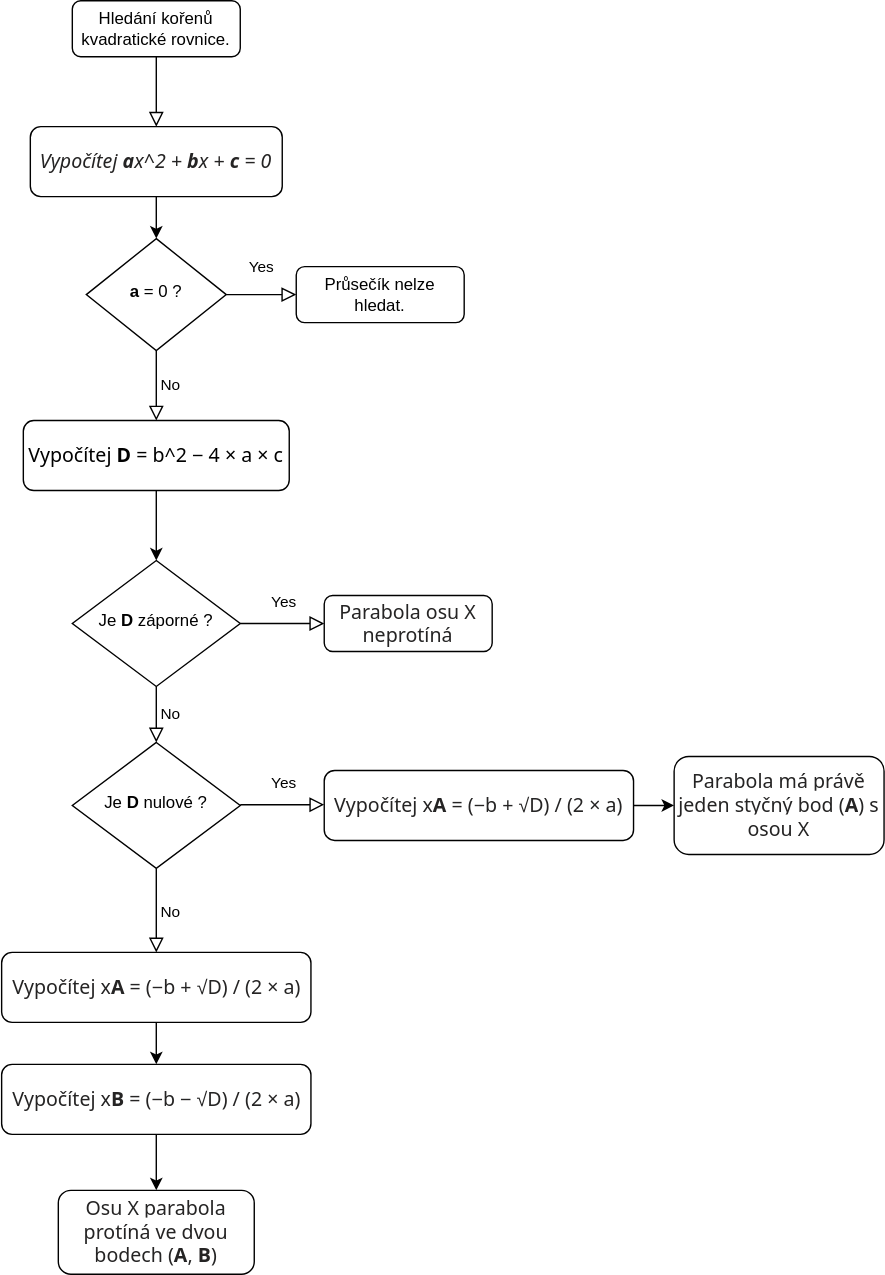
Earlier version of the draw.io export temp/PetrHonzejk.flowchart3.test.svg (PetrHonzejk/diagrams.net). Source tidied: cells renumbered, new cells last; positions are measured from the earlier drawing's top-left corner, leaving out a move shared by most shapes.
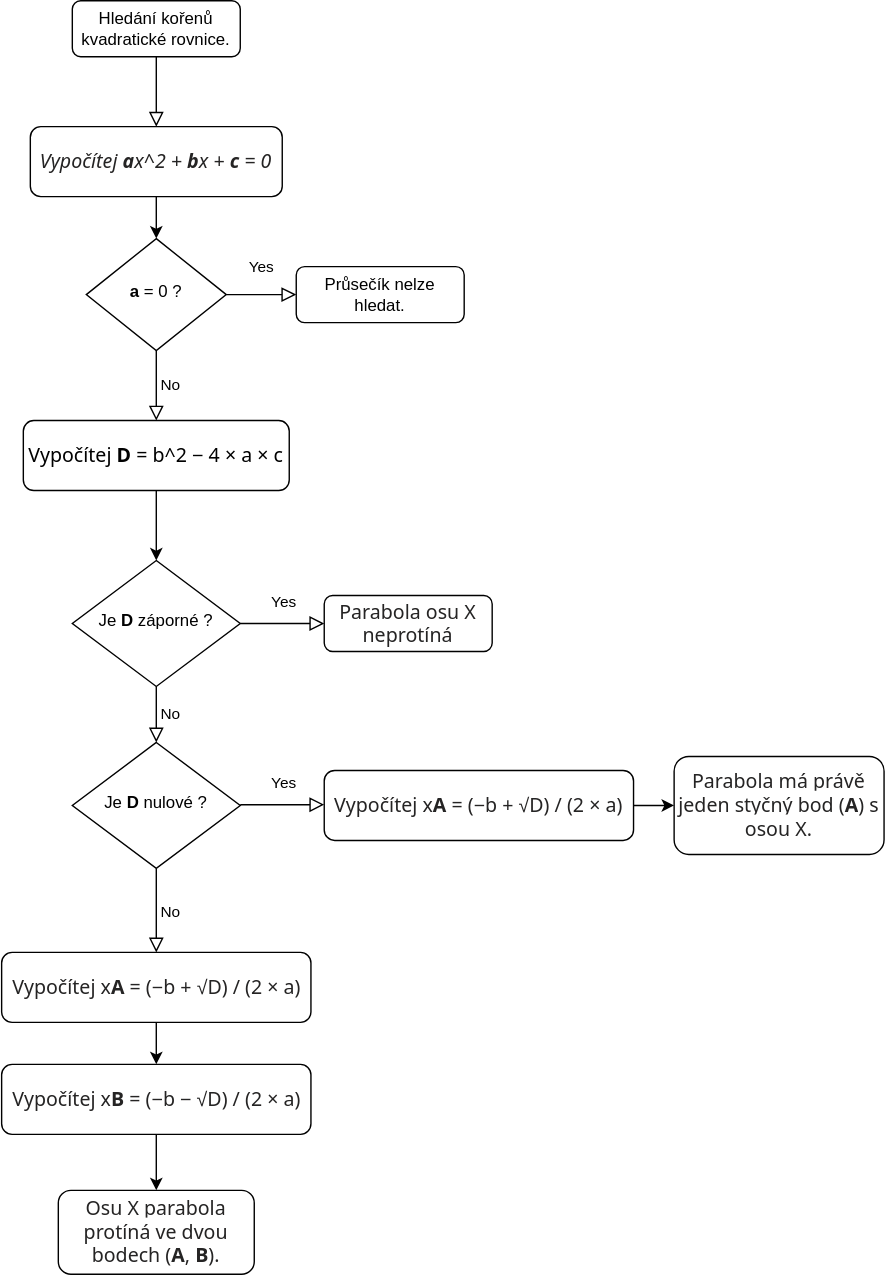
Above is the later version.

Diff of the diagram source:
```diff
@@ -63,7 +63,7 @@
         </Array>
       </mxGeometry>
     </mxCell>
-    <mxCell id="17" value="&lt;span style=&quot;color: rgb(37 , 36 , 36) ; font-family: &amp;#34;segoe ui web&amp;#34; , &amp;#34;segoe ui&amp;#34; , &amp;#34;segoe wp&amp;#34; , &amp;#34;segoe ui emoji&amp;#34; , &amp;#34;tahoma&amp;#34; , &amp;#34;arial&amp;#34; , sans-serif ; font-size: 14px ; text-align: left ; background-color: rgb(255 , 255 , 255)&quot;&gt;Parabola má právě jeden styčný bod (&lt;/span&gt;&lt;span style=&quot;box-sizing: border-box ; font-weight: bolder ; color: rgb(37 , 36 , 36) ; font-family: &amp;#34;segoe ui web&amp;#34; , &amp;#34;segoe ui&amp;#34; , &amp;#34;segoe wp&amp;#34; , &amp;#34;segoe ui emoji&amp;#34; , &amp;#34;tahoma&amp;#34; , &amp;#34;arial&amp;#34; , sans-serif ; font-size: 14px ; text-align: left ; background-color: rgb(255 , 255 , 255)&quot;&gt;A&lt;/span&gt;&lt;span style=&quot;color: rgb(37 , 36 , 36) ; font-family: &amp;#34;segoe ui web&amp;#34; , &amp;#34;segoe ui&amp;#34; , &amp;#34;segoe wp&amp;#34; , &amp;#34;segoe ui emoji&amp;#34; , &amp;#34;tahoma&amp;#34; , &amp;#34;arial&amp;#34; , sans-serif ; font-size: 14px ; text-align: left ; background-color: rgb(255 , 255 , 255)&quot;&gt;) s osou X&lt;/span&gt;" style="rounded=1;whiteSpace=wrap;html=1;fontSize=12;glass=0;strokeWidth=1;shadow=0;" parent="1" vertex="1">
+    <mxCell id="17" value="&lt;span style=&quot;color: rgb(37 , 36 , 36) ; font-family: &amp;#34;segoe ui web&amp;#34; , &amp;#34;segoe ui&amp;#34; , &amp;#34;segoe wp&amp;#34; , &amp;#34;segoe ui emoji&amp;#34; , &amp;#34;tahoma&amp;#34; , &amp;#34;arial&amp;#34; , sans-serif ; font-size: 14px ; text-align: left ; background-color: rgb(255 , 255 , 255)&quot;&gt;Parabola má právě jeden styčný bod (&lt;/span&gt;&lt;span style=&quot;box-sizing: border-box ; font-weight: bolder ; color: rgb(37 , 36 , 36) ; font-family: &amp;#34;segoe ui web&amp;#34; , &amp;#34;segoe ui&amp;#34; , &amp;#34;segoe wp&amp;#34; , &amp;#34;segoe ui emoji&amp;#34; , &amp;#34;tahoma&amp;#34; , &amp;#34;arial&amp;#34; , sans-serif ; font-size: 14px ; text-align: left ; background-color: rgb(255 , 255 , 255)&quot;&gt;A&lt;/span&gt;&lt;span style=&quot;color: rgb(37 , 36 , 36) ; font-family: &amp;#34;segoe ui web&amp;#34; , &amp;#34;segoe ui&amp;#34; , &amp;#34;segoe wp&amp;#34; , &amp;#34;segoe ui emoji&amp;#34; , &amp;#34;tahoma&amp;#34; , &amp;#34;arial&amp;#34; , sans-serif ; font-size: 14px ; text-align: left ; background-color: rgb(255 , 255 , 255)&quot;&gt;) s osou X.&lt;/span&gt;" style="rounded=1;whiteSpace=wrap;html=1;fontSize=12;glass=0;strokeWidth=1;shadow=0;" parent="1" vertex="1">
       <mxGeometry x="480" y="540" width="150" height="70" as="geometry" />
     </mxCell>
     <mxCell id="18" style="edgeStyle=orthogonalEdgeStyle;rounded=0;jettySize=auto;html=1;exitX=1;exitY=0.5;exitDx=0;exitDy=0;entryX=0;entryY=0.5;entryDx=0;entryDy=0;" parent="1" edge="1" source="19" target="17">
@@ -90,7 +90,7 @@
     <mxCell id="25" value="&lt;i style=&quot;box-sizing: border-box ; color: rgb(37 , 36 , 36) ; font-family: &amp;#34;segoe ui web&amp;#34; , &amp;#34;segoe ui&amp;#34; , &amp;#34;segoe wp&amp;#34; , &amp;#34;segoe ui emoji&amp;#34; , &amp;#34;tahoma&amp;#34; , &amp;#34;arial&amp;#34; , sans-serif ; font-size: 14px ; background-color: rgb(255 , 255 , 255)&quot;&gt;&lt;span style=&quot;box-sizing: border-box&quot;&gt;Vypočítej&amp;nbsp;&lt;/span&gt;&lt;span style=&quot;box-sizing: border-box ; font-weight: bolder&quot;&gt;a&lt;/span&gt;x^2 +&amp;nbsp;&lt;span style=&quot;box-sizing: border-box ; font-weight: bolder&quot;&gt;b&lt;/span&gt;x +&amp;nbsp;&lt;span style=&quot;box-sizing: border-box ; font-weight: bolder&quot;&gt;c&lt;/span&gt;&amp;nbsp;= 0&lt;/i&gt;" style="rounded=1;whiteSpace=wrap;html=1;fontSize=12;glass=0;strokeWidth=1;shadow=0;" parent="1" vertex="1">
       <mxGeometry x="20" y="90" width="180" height="50" as="geometry" />
     </mxCell>
-    <mxCell id="26" value="&lt;span style=&quot;color: rgb(37 , 36 , 36) ; font-family: &amp;#34;segoe ui web&amp;#34; , &amp;#34;segoe ui&amp;#34; , &amp;#34;segoe wp&amp;#34; , &amp;#34;segoe ui emoji&amp;#34; , &amp;#34;tahoma&amp;#34; , &amp;#34;arial&amp;#34; , sans-serif ; font-size: 14px ; text-align: left ; background-color: rgb(255 , 255 , 255)&quot;&gt;Osu X parabola protíná ve dvou bodech (&lt;/span&gt;&lt;span style=&quot;box-sizing: border-box ; font-weight: bolder ; color: rgb(37 , 36 , 36) ; font-family: &amp;#34;segoe ui web&amp;#34; , &amp;#34;segoe ui&amp;#34; , &amp;#34;segoe wp&amp;#34; , &amp;#34;segoe ui emoji&amp;#34; , &amp;#34;tahoma&amp;#34; , &amp;#34;arial&amp;#34; , sans-serif ; font-size: 14px ; text-align: left ; background-color: rgb(255 , 255 , 255)&quot;&gt;A&lt;/span&gt;&lt;span style=&quot;color: rgb(37 , 36 , 36) ; font-family: &amp;#34;segoe ui web&amp;#34; , &amp;#34;segoe ui&amp;#34; , &amp;#34;segoe wp&amp;#34; , &amp;#34;segoe ui emoji&amp;#34; , &amp;#34;tahoma&amp;#34; , &amp;#34;arial&amp;#34; , sans-serif ; font-size: 14px ; text-align: left ; background-color: rgb(255 , 255 , 255)&quot;&gt;,&amp;nbsp;&lt;/span&gt;&lt;span style=&quot;box-sizing: border-box ; font-weight: bolder ; color: rgb(37 , 36 , 36) ; font-family: &amp;#34;segoe ui web&amp;#34; , &amp;#34;segoe ui&amp;#34; , &amp;#34;segoe wp&amp;#34; , &amp;#34;segoe ui emoji&amp;#34; , &amp;#34;tahoma&amp;#34; , &amp;#34;arial&amp;#34; , sans-serif ; font-size: 14px ; text-align: left ; background-color: rgb(255 , 255 , 255)&quot;&gt;B&lt;/span&gt;&lt;span style=&quot;color: rgb(37 , 36 , 36) ; font-family: &amp;#34;segoe ui web&amp;#34; , &amp;#34;segoe ui&amp;#34; , &amp;#34;segoe wp&amp;#34; , &amp;#34;segoe ui emoji&amp;#34; , &amp;#34;tahoma&amp;#34; , &amp;#34;arial&amp;#34; , sans-serif ; font-size: 14px ; text-align: left ; background-color: rgb(255 , 255 , 255)&quot;&gt;)&lt;/span&gt;" style="rounded=1;whiteSpace=wrap;html=1;fontSize=12;glass=0;strokeWidth=1;shadow=0;" parent="1" vertex="1">
+    <mxCell id="26" value="&lt;span style=&quot;color: rgb(37 , 36 , 36) ; font-family: &amp;#34;segoe ui web&amp;#34; , &amp;#34;segoe ui&amp;#34; , &amp;#34;segoe wp&amp;#34; , &amp;#34;segoe ui emoji&amp;#34; , &amp;#34;tahoma&amp;#34; , &amp;#34;arial&amp;#34; , sans-serif ; font-size: 14px ; text-align: left ; background-color: rgb(255 , 255 , 255)&quot;&gt;Osu X parabola protíná ve dvou bodech (&lt;/span&gt;&lt;span style=&quot;box-sizing: border-box ; font-weight: bolder ; color: rgb(37 , 36 , 36) ; font-family: &amp;#34;segoe ui web&amp;#34; , &amp;#34;segoe ui&amp;#34; , &amp;#34;segoe wp&amp;#34; , &amp;#34;segoe ui emoji&amp;#34; , &amp;#34;tahoma&amp;#34; , &amp;#34;arial&amp;#34; , sans-serif ; font-size: 14px ; text-align: left ; background-color: rgb(255 , 255 , 255)&quot;&gt;A&lt;/span&gt;&lt;span style=&quot;color: rgb(37 , 36 , 36) ; font-family: &amp;#34;segoe ui web&amp;#34; , &amp;#34;segoe ui&amp;#34; , &amp;#34;segoe wp&amp;#34; , &amp;#34;segoe ui emoji&amp;#34; , &amp;#34;tahoma&amp;#34; , &amp;#34;arial&amp;#34; , sans-serif ; font-size: 14px ; text-align: left ; background-color: rgb(255 , 255 , 255)&quot;&gt;,&amp;nbsp;&lt;/span&gt;&lt;span style=&quot;box-sizing: border-box ; font-weight: bolder ; color: rgb(37 , 36 , 36) ; font-family: &amp;#34;segoe ui web&amp;#34; , &amp;#34;segoe ui&amp;#34; , &amp;#34;segoe wp&amp;#34; , &amp;#34;segoe ui emoji&amp;#34; , &amp;#34;tahoma&amp;#34; , &amp;#34;arial&amp;#34; , sans-serif ; font-size: 14px ; text-align: left ; background-color: rgb(255 , 255 , 255)&quot;&gt;B&lt;/span&gt;&lt;span style=&quot;color: rgb(37 , 36 , 36) ; font-family: &amp;#34;segoe ui web&amp;#34; , &amp;#34;segoe ui&amp;#34; , &amp;#34;segoe wp&amp;#34; , &amp;#34;segoe ui emoji&amp;#34; , &amp;#34;tahoma&amp;#34; , &amp;#34;arial&amp;#34; , sans-serif ; font-size: 14px ; text-align: left ; background-color: rgb(255 , 255 , 255)&quot;&gt;).&lt;/span&gt;" style="rounded=1;whiteSpace=wrap;html=1;fontSize=12;glass=0;strokeWidth=1;shadow=0;" parent="1" vertex="1">
       <mxGeometry x="40" y="850" width="140" height="60" as="geometry" />
     </mxCell>
   </root>
```
